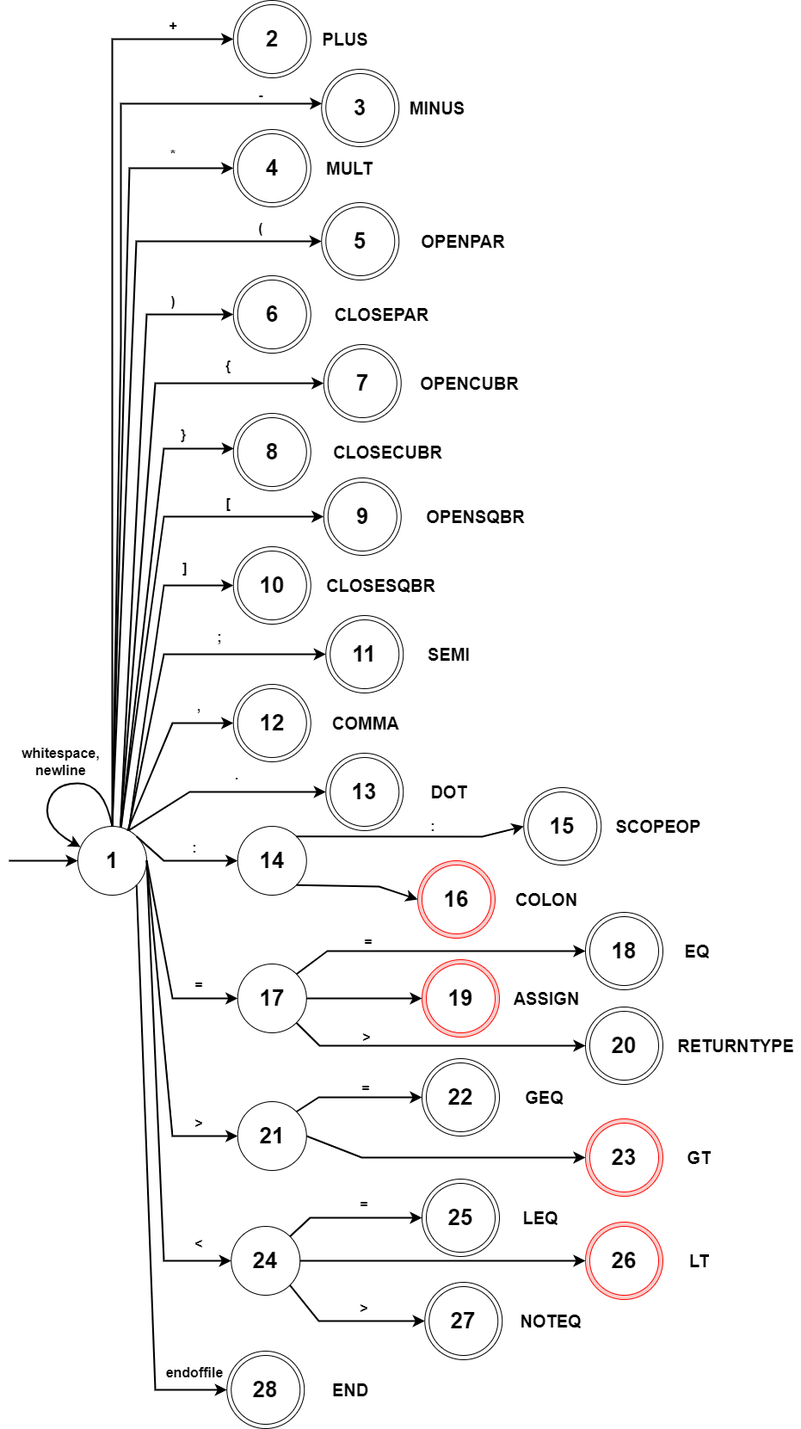
Earlier version of the draw.io export 1-Lexical Analyzer/Documentation/dfa.png (jeremy-piperni/COMP-442-Compiler). Source tidied: cells renumbered, new cells last; positions are measured from the earlier drawing's top-left corner, leaving out a move shared by most shapes.
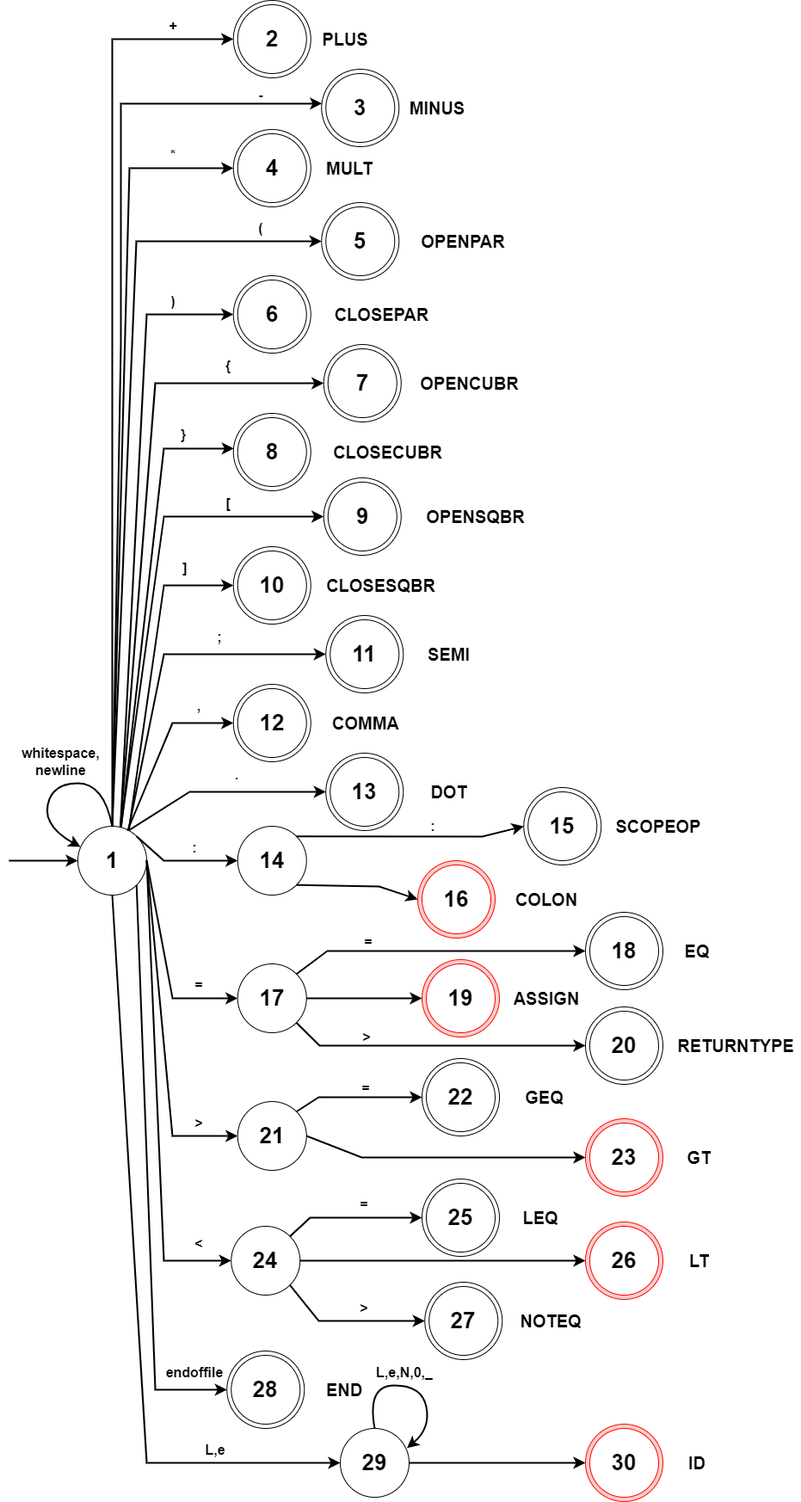
Later version of the same file.

Diff of the diagram source:
```diff
@@ -491,7 +491,44 @@
       <mxGeometry x="165.8" y="1570" width="100" height="50" as="geometry" />
     </mxCell>
     <mxCell id="128" value="&lt;font size=&quot;1&quot; style=&quot;&quot;&gt;&lt;b style=&quot;font-size: 20px;&quot;&gt;END&lt;/b&gt;&lt;/font&gt;" style="text;strokeColor=none;fillColor=none;align=center;verticalAlign=middle;spacingLeft=4;spacingRight=4;overflow=hidden;whiteSpace=wrap;html=1;" parent="1" vertex="1">
-      <mxGeometry x="357.5" y="1600" width="78.3" height="30" as="geometry" />
+      <mxGeometry x="350.8" y="1600" width="78.3" height="30" as="geometry" />
     </mxCell>
+    <mxCell id="129" value="&lt;font size=&quot;1&quot; style=&quot;&quot;&gt;&lt;b style=&quot;font-size: 26px;&quot;&gt;29&lt;/b&gt;&lt;/font&gt;" style="ellipse;whiteSpace=wrap;html=1;" parent="1" vertex="1">
+      <mxGeometry x="385" y="1660" width="80" height="80" as="geometry" />
+    </mxCell>
+    <mxCell id="130" style="ellipse;whiteSpace=wrap;html=1;fontSize=26;fillColor=#f8cecc;strokeColor=#ff0800;" parent="1" vertex="1">
+      <mxGeometry x="670" y="1655" width="90" height="90" as="geometry" />
+    </mxCell>
+    <mxCell id="131" value="&lt;font size=&quot;1&quot; style=&quot;&quot;&gt;&lt;b style=&quot;font-size: 26px;&quot;&gt;30&lt;/b&gt;&lt;/font&gt;" style="ellipse;whiteSpace=wrap;html=1;strokeColor=#ff0000;" parent="1" vertex="1">
+      <mxGeometry x="675" y="1660" width="80" height="80" as="geometry" />
+    </mxCell>
+    <mxCell id="132" style="endArrow=classic;html=1;rounded=0;strokeWidth=2;fontSize=16;startSize=8;endSize=8;jumpSize=6;exitX=0.5;exitY=1;exitDx=0;exitDy=0;entryX=0;entryY=0.5;entryDx=0;entryDy=0;" parent="1" edge="1" source="10" target="129">
+      <mxGeometry relative="1" as="geometry">
+        <Array as="points">
+          <mxPoint x="160" y="1700" />
+        </Array>
+      </mxGeometry>
+    </mxCell>
+    <mxCell id="133" style="endArrow=classic;html=1;rounded=0;strokeWidth=2;fontSize=16;startSize=8;endSize=8;jumpSize=6;exitX=1;exitY=0.5;exitDx=0;exitDy=0;entryX=0;entryY=0.5;entryDx=0;entryDy=0;" parent="1" edge="1" source="129" target="130">
+      <mxGeometry relative="1" as="geometry" />
+    </mxCell>
+    <mxCell id="134" value="&lt;font size=&quot;1&quot; style=&quot;&quot;&gt;&lt;b style=&quot;font-size: 16px;&quot;&gt;L,e&lt;br&gt;&lt;/b&gt;&lt;/font&gt;" style="text;strokeColor=none;fillColor=none;align=center;verticalAlign=middle;spacingLeft=4;spacingRight=4;overflow=hidden;whiteSpace=wrap;html=1;" parent="1" vertex="1">
+      <mxGeometry x="190" y="1660" width="100" height="50" as="geometry" />
+    </mxCell>
+    <mxCell id="135" style="curved=1;endArrow=classic;html=1;rounded=0;strokeWidth=2;startSize=8;endSize=8;jumpSize=6;entryX=0.969;entryY=0.285;entryDx=0;entryDy=0;entryPerimeter=0;exitX=0.5;exitY=0;exitDx=0;exitDy=0;" parent="1" edge="1" source="129" target="129">
+      <mxGeometry relative="1" as="geometry">
+        <Array as="points">
+          <mxPoint x="415.8" y="1610" />
+          <mxPoint x="480" y="1610" />
+          <mxPoint x="490" y="1660" />
+        </Array>
+      </mxGeometry>
+    </mxCell>
+    <mxCell id="136" value="&lt;font size=&quot;1&quot; style=&quot;&quot;&gt;&lt;b style=&quot;font-size: 16px;&quot;&gt;L,e,N,0,_&lt;br&gt;&lt;/b&gt;&lt;/font&gt;" style="text;strokeColor=none;fillColor=none;align=center;verticalAlign=middle;spacingLeft=4;spacingRight=4;overflow=hidden;whiteSpace=wrap;html=1;" parent="1" vertex="1">
+      <mxGeometry x="410" y="1570" width="100" height="50" as="geometry" />
+    </mxCell>
+    <mxCell id="137" value="&lt;font size=&quot;1&quot; style=&quot;&quot;&gt;&lt;b style=&quot;font-size: 20px;&quot;&gt;ID&lt;/b&gt;&lt;/font&gt;" style="text;strokeColor=none;fillColor=none;align=center;verticalAlign=middle;spacingLeft=4;spacingRight=4;overflow=hidden;whiteSpace=wrap;html=1;" parent="1" vertex="1">
+      <mxGeometry x="775" y="1685" width="50" height="30" as="geometry" />
+    </mxCell>
   </root>
 </mxGraphModel>
```
